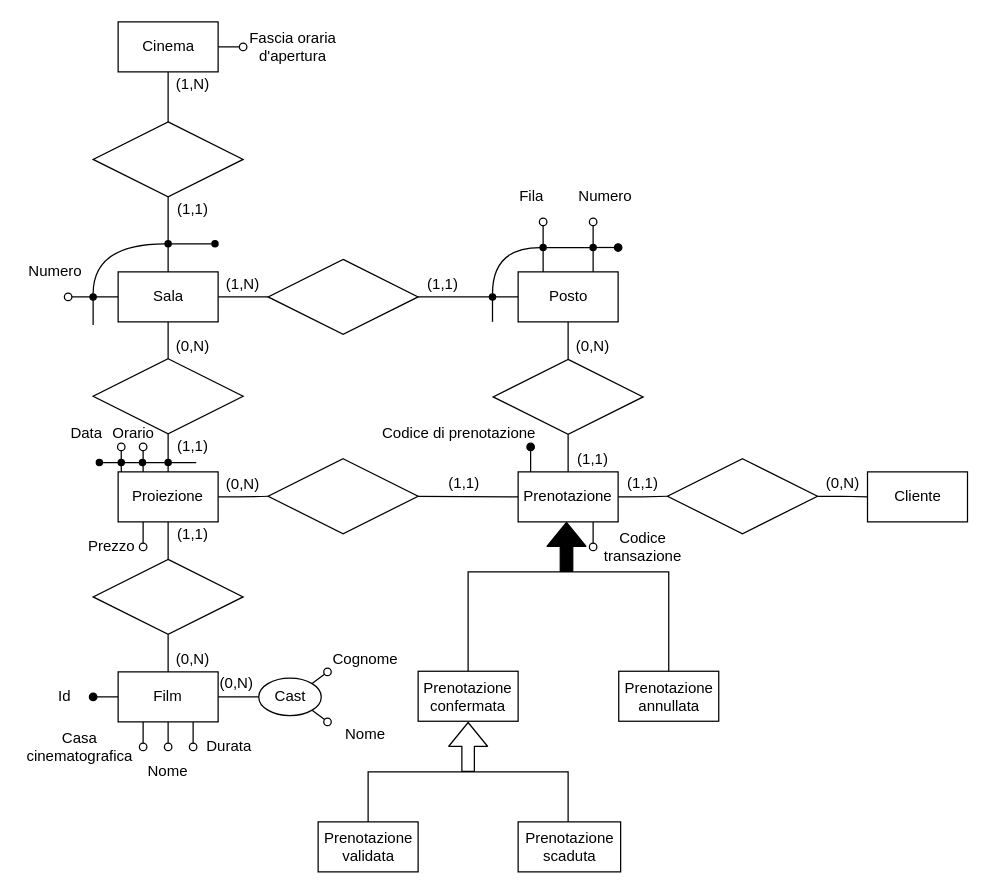
Earlier version of the draw.io diagram docs/media/er_diagrams/er-diagram_5.drawio (buracchi/cinema-management-system). Source tidied: cells renumbered, new cells numbered last; positions are measured from the earlier drawing's top-left corner, leaving out a move shared by most shapes. Both pictures are drawn from the tidied source at 125%, with x=0, y=0 at pixel (20, 21).
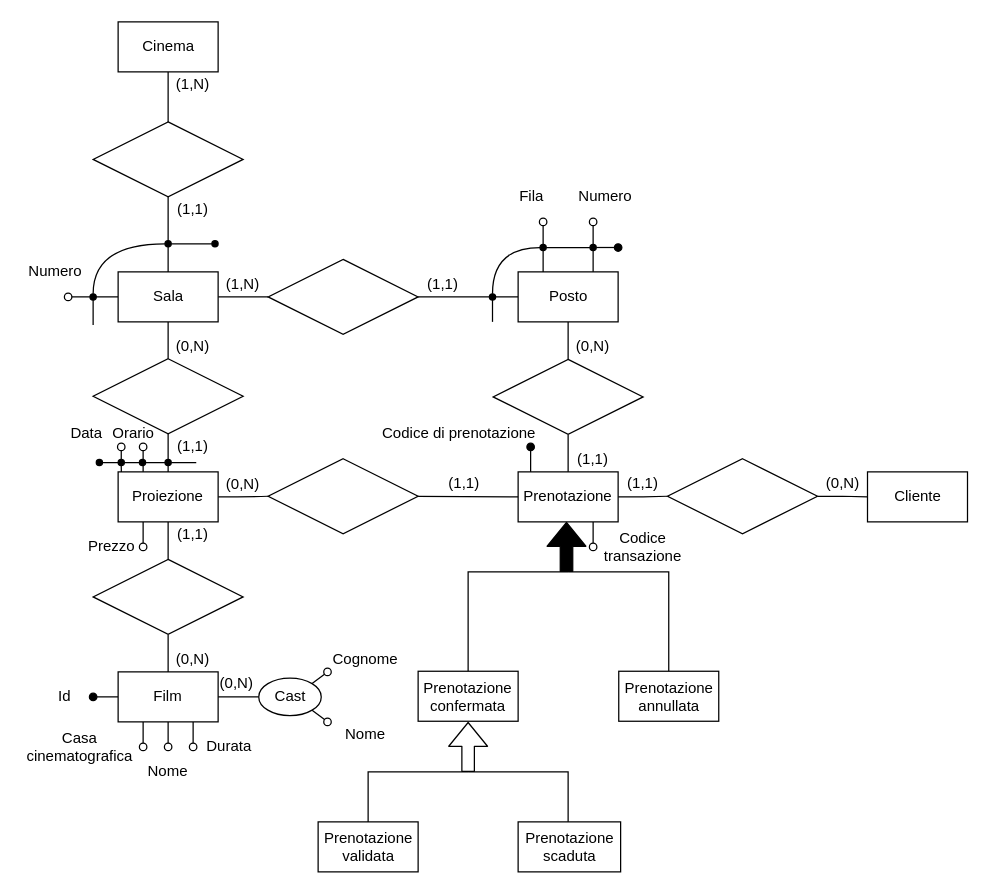
The same page after the edit.

Unchanged cells that the change refers to:
```xml
<mxCell id="4" value="Cinema" style="html=1;sketch=0;" parent="1" vertex="1">
  <mxGeometry x="78" width="80" height="40" as="geometry" />
</mxCell>
```

What changed in the source:
```diff
@@
-    <mxCell id="3" style="edgeStyle=orthogonalEdgeStyle;jettySize=auto;html=1;endArrow=oval;endFill=0;sketch=0;rounded=0;exitX=1;exitY=0.5;exitDx=0;exitDy=0;" parent="1" edge="1" source="4">
-      <mxGeometry relative="1" as="geometry">
-        <mxPoint x="178" y="20" as="targetPoint" />
-      </mxGeometry>
-    </mxCell>
@@
-    <mxCell id="15" value="Fascia oraria d'apertura" style="text;html=1;strokeColor=none;fillColor=none;align=center;verticalAlign=middle;whiteSpace=wrap;sketch=0;" parent="1" vertex="1">
-      <mxGeometry x="178" y="10" width="80" height="20" as="geometry" />
-    </mxCell>
```
